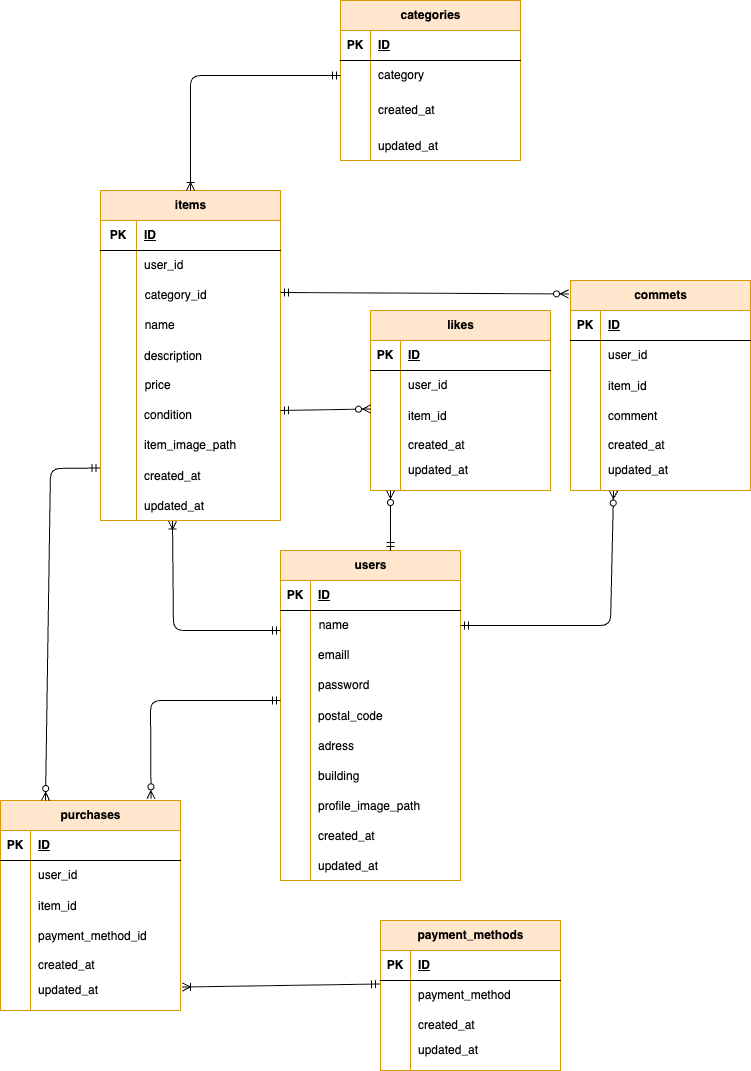
kuri6-kara/miyazakiharuka-mockcase1- keeps this draw.io diagram as ER.drawio.png. Above is the earlier version. Source tidied: cells renumbered, new cells last; positions are measured from the earlier drawing's top-left corner, leaving out a move shared by most shapes.
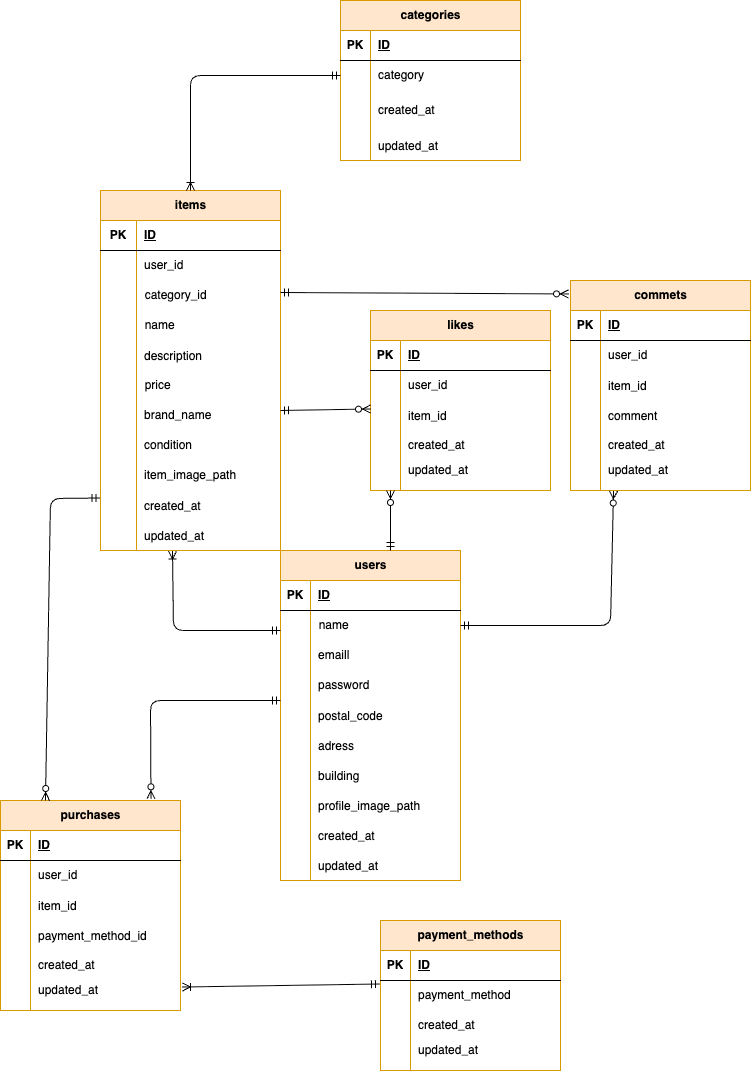
Above is the later version.

What changed in the source:
```diff
@@ -96,7 +96,7 @@
       <mxGeometry x="30" width="150" height="30" as="geometry" />
     </mxCell>
     <mxCell id="33" value="items" style="shape=table;startSize=30;rowLines=0;fontStyle=1;align=center;html=1;fillColor=#ffe6cc;strokeColor=#d79b00;" parent="1" vertex="1">
-      <mxGeometry x="100" y="190" width="180" height="330" as="geometry" />
+      <mxGeometry x="100" y="190" width="180" height="360" as="geometry" />
     </mxCell>
     <mxCell id="34" style="shape=tableRow;horizontal=0;startSize=0;swimlaneHead=0;swimlaneBody=0;fillColor=none;top=0;left=0;right=0;bottom=1;" parent="33" vertex="1">
       <mxGeometry y="30" width="180" height="30" as="geometry" />
@@ -152,8 +152,17 @@
     <mxCell id="51" value="&amp;nbsp;&amp;nbsp;price" style="shape=partialRectangle;html=1;whiteSpace=wrap;strokeColor=inherit;overflow=hidden;fillColor=none;top=0;left=0;bottom=0;right=0;align=left;" parent="49" vertex="1">
       <mxGeometry x="36" width="144" height="30" as="geometry" />
     </mxCell>
+    <mxCell id="155" style="shape=tableRow;horizontal=0;startSize=0;swimlaneHead=0;swimlaneBody=0;fillColor=none;top=0;left=0;right=0;bottom=0;" parent="33" vertex="1">
+      <mxGeometry y="210" width="180" height="30" as="geometry" />
+    </mxCell>
+    <mxCell id="156" style="shape=partialRectangle;fillColor=none;top=0;left=0;bottom=0;right=0;overflow=hidden;whiteSpace=wrap;html=1;" parent="155" vertex="1">
+      <mxGeometry width="36" height="30" as="geometry" />
+    </mxCell>
+    <mxCell id="157" value="brand_name" style="shape=partialRectangle;fillColor=none;top=0;left=0;bottom=0;right=0;align=left;spacingLeft=6;overflow=hidden;whiteSpace=wrap;html=1;" parent="155" vertex="1">
+      <mxGeometry x="36" width="144" height="30" as="geometry" />
+    </mxCell>
     <mxCell id="52" style="shape=tableRow;horizontal=0;startSize=0;swimlaneHead=0;swimlaneBody=0;fillColor=none;top=0;left=0;right=0;bottom=0;" parent="33" vertex="1">
-      <mxGeometry y="210" width="180" height="30" as="geometry" />
+      <mxGeometry y="240" width="180" height="30" as="geometry" />
     </mxCell>
     <mxCell id="53" style="shape=partialRectangle;fillColor=none;top=0;left=0;bottom=0;right=0;overflow=hidden;whiteSpace=wrap;html=1;" parent="52" vertex="1">
       <mxGeometry width="36" height="30" as="geometry" />
@@ -162,7 +171,7 @@
       <mxGeometry x="36" width="144" height="30" as="geometry" />
     </mxCell>
     <mxCell id="55" style="shape=tableRow;horizontal=0;startSize=0;swimlaneHead=0;swimlaneBody=0;fillColor=none;top=0;left=0;right=0;bottom=0;" parent="33" vertex="1">
-      <mxGeometry y="240" width="180" height="30" as="geometry" />
+      <mxGeometry y="270" width="180" height="30" as="geometry" />
     </mxCell>
     <mxCell id="56" style="shape=partialRectangle;fillColor=none;top=0;left=0;bottom=0;right=0;overflow=hidden;whiteSpace=wrap;html=1;" parent="55" vertex="1">
       <mxGeometry width="36" height="30" as="geometry" />
@@ -171,7 +180,7 @@
       <mxGeometry x="36" width="144" height="30" as="geometry" />
     </mxCell>
     <mxCell id="58" style="shape=tableRow;horizontal=0;startSize=0;swimlaneHead=0;swimlaneBody=0;fillColor=none;points=[[0,0.5],[1,0.5]];portConstraint=eastwest;top=0;left=0;right=0;bottom=0;" parent="33" vertex="1">
-      <mxGeometry y="270" width="180" height="30" as="geometry" />
+      <mxGeometry y="300" width="180" height="30" as="geometry" />
     </mxCell>
     <mxCell id="59" style="shape=partialRectangle;fillColor=none;top=0;left=0;bottom=0;right=0;overflow=hidden;" parent="58" vertex="1">
       <mxGeometry width="36" height="30" as="geometry" />
@@ -180,7 +189,7 @@
       <mxGeometry x="36" width="144" height="30" as="geometry" />
     </mxCell>
     <mxCell id="61" style="shape=tableRow;horizontal=0;startSize=0;swimlaneHead=0;swimlaneBody=0;fillColor=none;points=[[0,0.5],[1,0.5]];portConstraint=eastwest;top=0;left=0;right=0;bottom=0;" parent="33" vertex="1">
-      <mxGeometry y="300" width="180" height="30" as="geometry" />
+      <mxGeometry y="330" width="180" height="30" as="geometry" />
     </mxCell>
     <mxCell id="62" style="shape=partialRectangle;fillColor=none;top=0;left=0;bottom=0;right=0;overflow=hidden;" parent="61" vertex="1">
       <mxGeometry width="36" height="30" as="geometry" />
@@ -443,7 +452,7 @@
     <mxCell id="140" style="fontSize=12;html=1;endArrow=ERzeroToMany;startArrow=ERmandOne;exitX=-0.003;exitY=0.25;exitDx=0;exitDy=0;entryX=0.25;entryY=0;entryDx=0;entryDy=0;exitPerimeter=0;" parent="1" edge="1" source="58" target="80">
       <mxGeometry relative="1" as="geometry">
         <Array as="points">
-          <mxPoint x="50" y="468" />
+          <mxPoint x="50" y="498" />
         </Array>
       </mxGeometry>
     </mxCell>
```
